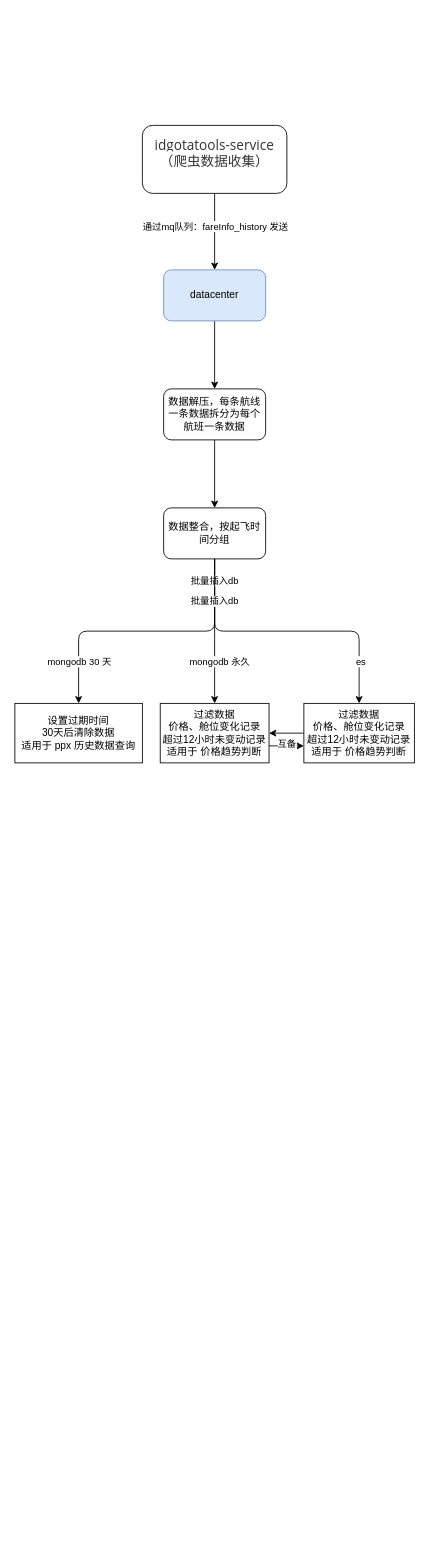
Before: datacenter流程.drawio in kelvin9527/diagram, a draw.io diagram. Source tidied: cells renumbered, new cells numbered last; positions are measured from the earlier drawing's top-left corner, leaving out a move shared by most shapes. Both pictures are drawn from the tidied source at 85%, with x=0, y=0 at pixel (14, 125).
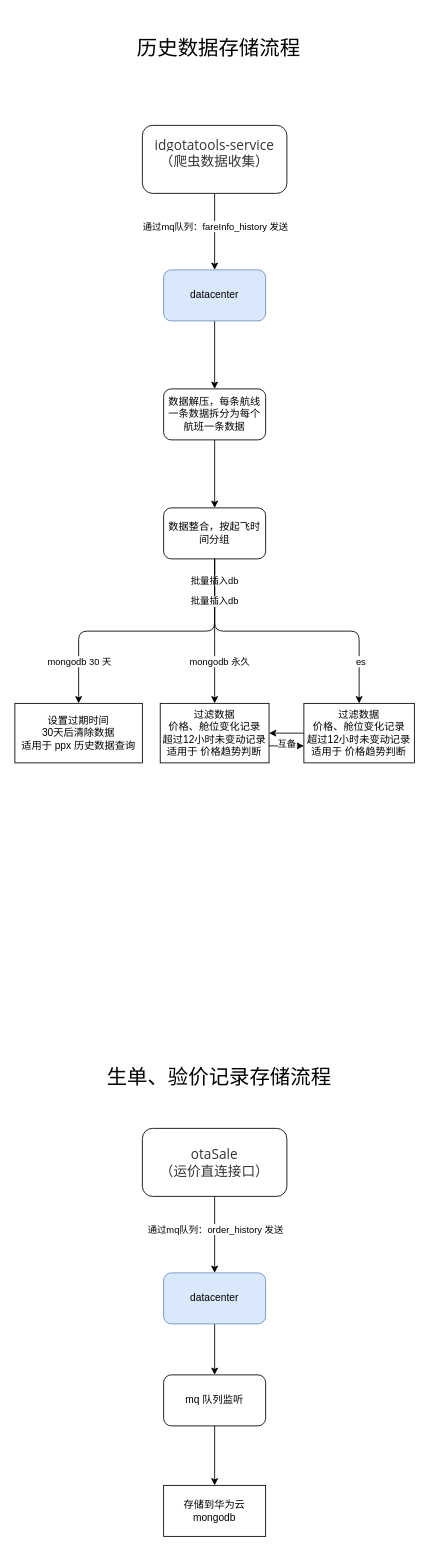
The same diagram, later.

Change to the diagram source:
```diff
@@
+    <mxCell id="24" style="edgeStyle=orthogonalEdgeStyle;rounded=0;jettySize=auto;html=1;" parent="1" edge="1" source="26" target="28">
+      <mxGeometry relative="1" as="geometry" />
+    </mxCell>
+    <mxCell id="25" value="&lt;font style=&quot;font-size: 11px;&quot;&gt;通过mq队列：order_history 发送&lt;/font&gt;" style="edgeLabel;html=1;align=center;verticalAlign=middle;" parent="24" vertex="1">
+      <mxGeometry x="-0.16" relative="1" as="geometry" />
+    </mxCell>
+    <mxCell id="26" value="&lt;br&gt;&lt;span style=&quot;color: rgb(51, 51, 51); font-family: &amp;quot;Open Sans&amp;quot;, &amp;quot;Clear Sans&amp;quot;, &amp;quot;Helvetica Neue&amp;quot;, Helvetica, Arial, &amp;quot;Segoe UI Emoji&amp;quot;, sans-serif; font-size: 16px; font-style: normal; font-variant-ligatures: normal; font-variant-caps: normal; font-weight: 400; letter-spacing: normal; orphans: 4; text-align: start; text-indent: 0px; text-transform: none; white-space: pre-wrap; widows: 2; word-spacing: 0px; -webkit-text-stroke-width: 0px; background-color: rgb(255, 255, 255); text-decoration-thickness: initial; text-decoration-style: initial; text-decoration-color: initial; display: inline !important; float: none;&quot;&gt;otaSale&lt;/span&gt;&lt;div&gt;&lt;span style=&quot;color: rgb(51, 51, 51); font-family: &amp;quot;Open Sans&amp;quot;, &amp;quot;Clear Sans&amp;quot;, &amp;quot;Helvetica Neue&amp;quot;, Helvetica, Arial, &amp;quot;Segoe UI Emoji&amp;quot;, sans-serif; font-size: 16px; font-style: normal; font-variant-ligatures: normal; font-variant-caps: normal; font-weight: 400; letter-spacing: normal; orphans: 4; text-align: start; text-indent: 0px; text-transform: none; white-space: pre-wrap; widows: 2; word-spacing: 0px; -webkit-text-stroke-width: 0px; background-color: rgb(255, 255, 255); text-decoration-thickness: initial; text-decoration-style: initial; text-decoration-color: initial; display: inline !important; float: none;&quot;&gt;（运价直连接口）&lt;/span&gt;&lt;br&gt;&lt;br&gt;&lt;/div&gt;" style="rounded=1;whiteSpace=wrap;html=1;" parent="1" vertex="1">
+      <mxGeometry x="150" y="1180" width="170" height="80" as="geometry" />
+    </mxCell>
+    <mxCell id="27" style="edgeStyle=orthogonalEdgeStyle;rounded=0;jettySize=auto;html=1;" parent="1" edge="1" source="28" target="30">
+      <mxGeometry relative="1" as="geometry" />
+    </mxCell>
+    <mxCell id="28" value="datacenter" style="whiteSpace=wrap;html=1;rounded=1;fillColor=#dae8fc;strokeColor=#6c8ebf;" parent="1" vertex="1">
+      <mxGeometry x="175" y="1350" width="120" height="60" as="geometry" />
+    </mxCell>
+    <mxCell id="29" style="edgeStyle=orthogonalEdgeStyle;rounded=0;jettySize=auto;html=1;" parent="1" edge="1" source="30" target="31">
+      <mxGeometry relative="1" as="geometry" />
+    </mxCell>
+    <mxCell id="30" value="mq 队列监听" style="whiteSpace=wrap;html=1;rounded=1;" parent="1" vertex="1">
+      <mxGeometry x="175" y="1470" width="120" height="60" as="geometry" />
+    </mxCell>
+    <mxCell id="31" value="存储到华为云 mongodb" style="rounded=0;whiteSpace=wrap;html=1;" parent="1" vertex="1">
+      <mxGeometry x="175" y="1600" width="120" height="60" as="geometry" />
+    </mxCell>
+    <mxCell id="32" value="&lt;font style=&quot;font-size: 24px;&quot;&gt;历史数据存储流程&lt;/font&gt;" style="text;html=1;align=center;verticalAlign=middle;whiteSpace=wrap;rounded=0;" parent="1" vertex="1">
+      <mxGeometry x="120" y="-130" width="240" height="80" as="geometry" />
+    </mxCell>
+    <mxCell id="33" value="&lt;font style=&quot;font-size: 24px;&quot;&gt;生单、验价记录存储流程&lt;/font&gt;" style="text;html=1;align=center;verticalAlign=middle;whiteSpace=wrap;rounded=0;" parent="1" vertex="1">
+      <mxGeometry x="87.5" y="1080" width="305" height="80" as="geometry" />
+    </mxCell>
```
